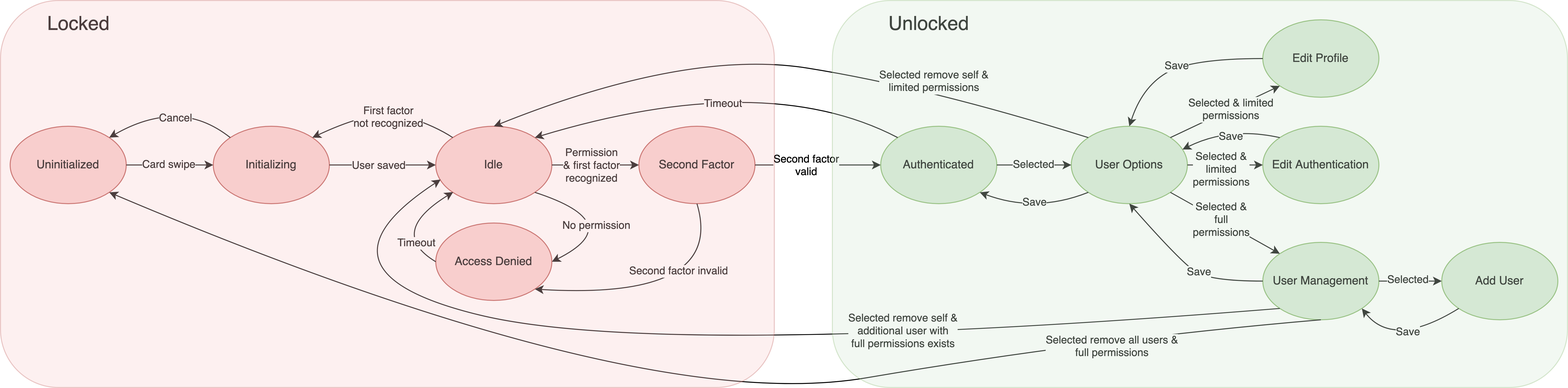
Earlier version of the draw.io export Documentation/4180 State Diagram.png (ArkaneMoose/BuzzLock). Source tidied: cells renumbered, new cells last; positions are measured from the earlier drawing's top-left corner, leaving out a move shared by most shapes.
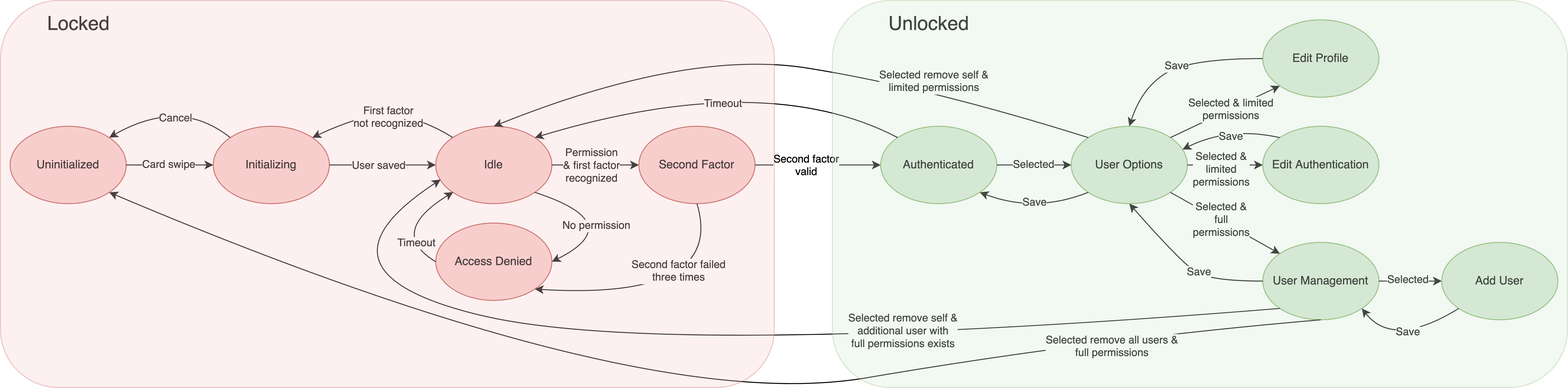
Above is the later version.

Commit message:
New state diagram

The edit, as a diff of the source:
```diff
@@ -112,7 +112,7 @@
         </Array>
       </mxGeometry>
     </mxCell>
-    <mxCell id="28" value="Second factor invalid" style="edgeLabel;html=1;align=center;verticalAlign=middle;labelBackgroundColor=#FFFFFF;" parent="27" vertex="1">
+    <mxCell id="28" value="&lt;div&gt;Second factor failed&lt;/div&gt;&lt;div&gt;three times&lt;br&gt;&lt;/div&gt;" style="edgeLabel;html=1;align=center;verticalAlign=middle;labelBackgroundColor=#FFFFFF;" parent="27" vertex="1">
       <mxGeometry x="-0.59" y="-39" relative="1" as="geometry" />
     </mxCell>
     <mxCell id="29" style="curved=1;endArrow=classic;html=1;exitX=0;exitY=0;exitDx=0;exitDy=0;entryX=1;entryY=0;entryDx=0;entryDy=0;" parent="1" edge="1" source="7" target="4">
```
